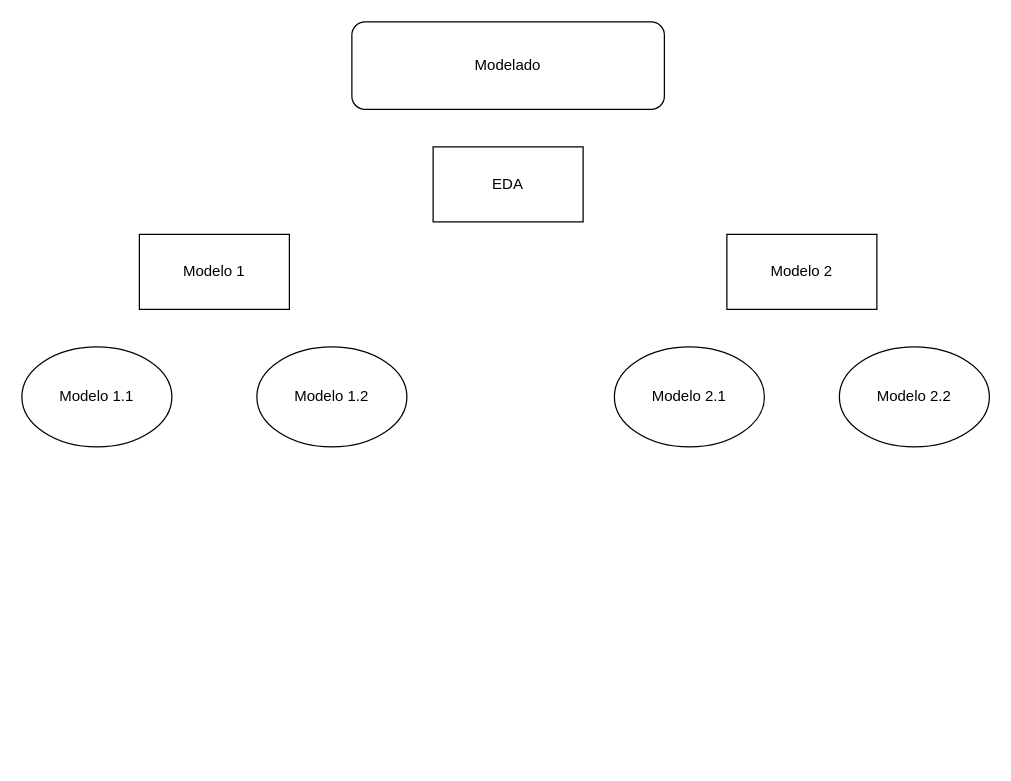
Above: brief/Diagrama sin título.drawio in alexisrangelcalvo/FP-LM-MAEA-UJED-1S (draw.io), before the change. Source tidied: cells renumbered, new cells numbered last; positions are measured from the earlier drawing's top-left corner, leaving out a move shared by most shapes. Both pictures are drawn from the tidied source at 125%, with x=0, y=0 at pixel (21, 21).
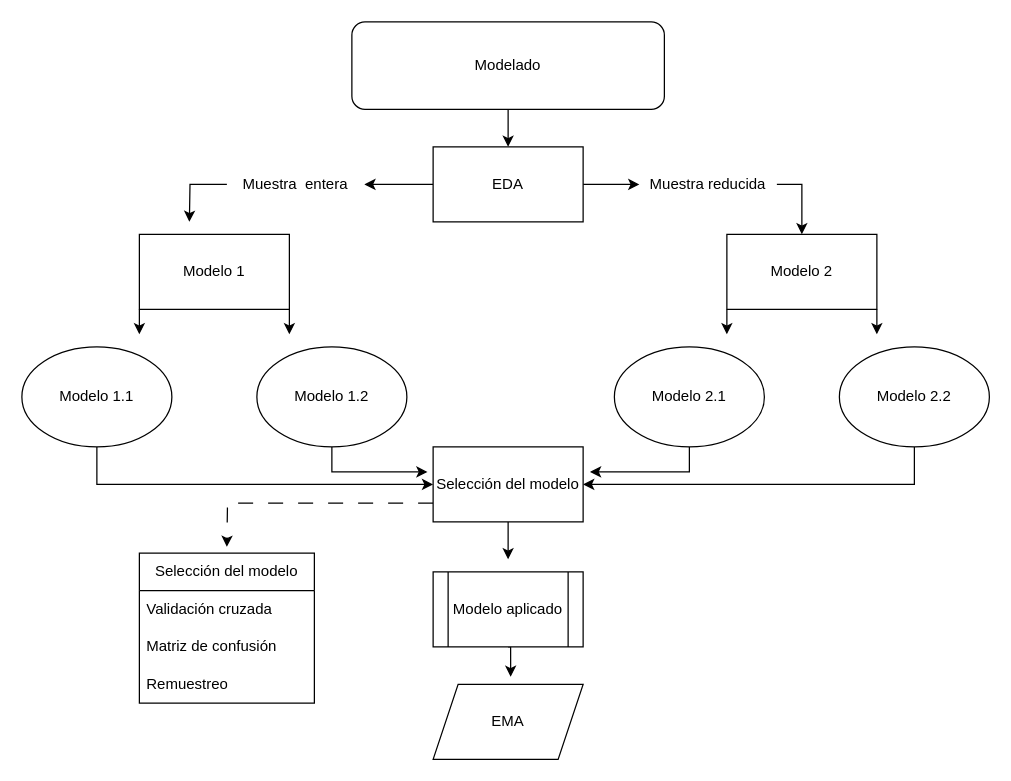
The same page after the edit.

The change refers to these unchanged cells:
```xml
<mxCell id="2" value="Modelado" style="rounded=1;whiteSpace=wrap;html=1;" parent="1" vertex="1">
  <mxGeometry x="264" width="250" height="70" as="geometry" />
</mxCell>
<mxCell id="3" value="EDA" style="rounded=0;whiteSpace=wrap;html=1;" parent="1" vertex="1">
  <mxGeometry x="329" y="100" width="120" height="60" as="geometry" />
</mxCell>
<mxCell id="4" value="Modelo 1" style="rounded=0;whiteSpace=wrap;html=1;" parent="1" vertex="1">
  <mxGeometry x="94" y="170" width="120" height="60" as="geometry" />
</mxCell>
<mxCell id="5" value="Modelo 2" style="rounded=0;whiteSpace=wrap;html=1;" parent="1" vertex="1">
  <mxGeometry x="564" y="170" width="120" height="60" as="geometry" />
</mxCell>
<mxCell id="6" value="Modelo 1.1" style="ellipse;whiteSpace=wrap;html=1;" parent="1" vertex="1">
  <mxGeometry y="260" width="120" height="80" as="geometry" />
</mxCell>
<mxCell id="7" value="Modelo 1.2" style="ellipse;whiteSpace=wrap;html=1;" parent="1" vertex="1">
  <mxGeometry x="188" y="260" width="120" height="80" as="geometry" />
</mxCell>
<mxCell id="8" value="Modelo 2.1" style="ellipse;whiteSpace=wrap;html=1;" parent="1" vertex="1">
  <mxGeometry x="474" y="260" width="120" height="80" as="geometry" />
</mxCell>
<mxCell id="9" value="Modelo 2.2" style="ellipse;whiteSpace=wrap;html=1;" parent="1" vertex="1">
  <mxGeometry x="654" y="260" width="120" height="80" as="geometry" />
</mxCell>
```

Change to the diagram source:
```diff
@@
+    <mxCell id="10" style="edgeStyle=orthogonalEdgeStyle;rounded=0;jettySize=auto;html=1;exitX=0.5;exitY=1;exitDx=0;exitDy=0;entryX=0.5;entryY=0;entryDx=0;entryDy=0;" parent="1" edge="1" source="2" target="3">
+      <mxGeometry relative="1" as="geometry" />
+    </mxCell>
@@
+    <mxCell id="11" style="edgeStyle=orthogonalEdgeStyle;rounded=0;jettySize=auto;html=1;exitX=0;exitY=0.5;exitDx=0;exitDy=0;" parent="1" edge="1" source="3">
+      <mxGeometry relative="1" as="geometry">
+        <mxPoint x="274" y="130" as="targetPoint" />
+      </mxGeometry>
+    </mxCell>
+    <mxCell id="12" style="edgeStyle=orthogonalEdgeStyle;rounded=0;jettySize=auto;html=1;exitX=1;exitY=0.5;exitDx=0;exitDy=0;" parent="1" edge="1" source="3" target="24">
+      <mxGeometry relative="1" as="geometry" />
+    </mxCell>
@@
+    <mxCell id="13" style="edgeStyle=orthogonalEdgeStyle;rounded=0;jettySize=auto;html=1;exitX=0;exitY=1;exitDx=0;exitDy=0;" parent="1" edge="1" source="4">
+      <mxGeometry relative="1" as="geometry">
+        <mxPoint x="94" y="250" as="targetPoint" />
+      </mxGeometry>
+    </mxCell>
+    <mxCell id="14" style="edgeStyle=orthogonalEdgeStyle;rounded=0;jettySize=auto;html=1;exitX=1;exitY=1;exitDx=0;exitDy=0;" parent="1" edge="1" source="4">
+      <mxGeometry relative="1" as="geometry">
+        <mxPoint x="214" y="250" as="targetPoint" />
+      </mxGeometry>
+    </mxCell>
@@
+    <mxCell id="15" style="edgeStyle=orthogonalEdgeStyle;rounded=0;jettySize=auto;html=1;exitX=0;exitY=1;exitDx=0;exitDy=0;" parent="1" edge="1" source="5">
+      <mxGeometry relative="1" as="geometry">
+        <mxPoint x="564" y="250" as="targetPoint" />
+      </mxGeometry>
+    </mxCell>
+    <mxCell id="16" style="edgeStyle=orthogonalEdgeStyle;rounded=0;jettySize=auto;html=1;exitX=1;exitY=1;exitDx=0;exitDy=0;" parent="1" edge="1" source="5">
+      <mxGeometry relative="1" as="geometry">
+        <mxPoint x="684" y="250" as="targetPoint" />
+      </mxGeometry>
+    </mxCell>
@@
+    <mxCell id="17" style="edgeStyle=orthogonalEdgeStyle;rounded=0;jettySize=auto;html=1;exitX=0.5;exitY=1;exitDx=0;exitDy=0;entryX=0;entryY=0.5;entryDx=0;entryDy=0;" parent="1" edge="1" source="6" target="27">
+      <mxGeometry relative="1" as="geometry" />
+    </mxCell>
@@
+    <mxCell id="18" style="edgeStyle=orthogonalEdgeStyle;rounded=0;jettySize=auto;html=1;exitX=0.5;exitY=1;exitDx=0;exitDy=0;" parent="1" edge="1" source="7">
+      <mxGeometry relative="1" as="geometry">
+        <mxPoint x="324" y="360" as="targetPoint" />
+      </mxGeometry>
+    </mxCell>
@@
+    <mxCell id="19" style="edgeStyle=orthogonalEdgeStyle;rounded=0;jettySize=auto;html=1;exitX=0.5;exitY=1;exitDx=0;exitDy=0;" parent="1" edge="1" source="8">
+      <mxGeometry relative="1" as="geometry">
+        <mxPoint x="454" y="360" as="targetPoint" />
+      </mxGeometry>
+    </mxCell>
@@
+    <mxCell id="20" style="edgeStyle=orthogonalEdgeStyle;rounded=0;jettySize=auto;html=1;exitX=0.5;exitY=1;exitDx=0;exitDy=0;entryX=1;entryY=0.5;entryDx=0;entryDy=0;" parent="1" edge="1" source="9" target="27">
+      <mxGeometry relative="1" as="geometry" />
+    </mxCell>
@@
+    <mxCell id="21" style="edgeStyle=orthogonalEdgeStyle;rounded=0;jettySize=auto;html=1;exitX=0;exitY=0.5;exitDx=0;exitDy=0;" parent="1" edge="1" source="22">
+      <mxGeometry relative="1" as="geometry">
+        <mxPoint x="134" y="160" as="targetPoint" />
+      </mxGeometry>
+    </mxCell>
+    <mxCell id="22" value="Muestra&amp;nbsp; entera" style="text;html=1;strokeColor=none;fillColor=none;align=center;verticalAlign=middle;whiteSpace=wrap;rounded=0;" parent="1" vertex="1">
+      <mxGeometry x="164" y="115" width="110" height="30" as="geometry" />
+    </mxCell>
+    <mxCell id="23" style="edgeStyle=orthogonalEdgeStyle;rounded=0;jettySize=auto;html=1;exitX=1;exitY=0.5;exitDx=0;exitDy=0;entryX=0.5;entryY=0;entryDx=0;entryDy=0;" parent="1" edge="1" source="24" target="5">
+      <mxGeometry relative="1" as="geometry" />
+    </mxCell>
+    <mxCell id="24" value="Muestra reducida" style="text;html=1;strokeColor=none;fillColor=none;align=center;verticalAlign=middle;whiteSpace=wrap;rounded=0;" parent="1" vertex="1">
+      <mxGeometry x="494" y="115" width="110" height="30" as="geometry" />
+    </mxCell>
+    <mxCell id="25" style="edgeStyle=orthogonalEdgeStyle;rounded=0;jettySize=auto;html=1;exitX=0;exitY=0.75;exitDx=0;exitDy=0;dashed=1;dashPattern=12 12;" parent="1" edge="1" source="27">
+      <mxGeometry relative="1" as="geometry">
+        <mxPoint x="164" y="420" as="targetPoint" />
+      </mxGeometry>
+    </mxCell>
+    <mxCell id="26" style="edgeStyle=orthogonalEdgeStyle;rounded=0;jettySize=auto;html=1;exitX=0.5;exitY=1;exitDx=0;exitDy=0;" parent="1" edge="1" source="27">
+      <mxGeometry relative="1" as="geometry">
+        <mxPoint x="389" y="430" as="targetPoint" />
+      </mxGeometry>
+    </mxCell>
+    <mxCell id="27" value="Selección del modelo" style="rounded=0;whiteSpace=wrap;html=1;" parent="1" vertex="1">
+      <mxGeometry x="329" y="340" width="120" height="60" as="geometry" />
+    </mxCell>
+    <mxCell id="28" style="edgeStyle=orthogonalEdgeStyle;rounded=0;jettySize=auto;html=1;exitX=0.5;exitY=1;exitDx=0;exitDy=0;entryX=0.517;entryY=-0.1;entryDx=0;entryDy=0;entryPerimeter=0;" parent="1" edge="1" source="29" target="30">
+      <mxGeometry relative="1" as="geometry" />
+    </mxCell>
+    <mxCell id="29" value="Modelo aplicado" style="shape=process;whiteSpace=wrap;html=1;backgroundOutline=1;" parent="1" vertex="1">
+      <mxGeometry x="329" y="440" width="120" height="60" as="geometry" />
+    </mxCell>
+    <mxCell id="30" value="EMA" style="shape=parallelogram;perimeter=parallelogramPerimeter;whiteSpace=wrap;html=1;fixedSize=1;" parent="1" vertex="1">
+      <mxGeometry x="329" y="530" width="120" height="60" as="geometry" />
+    </mxCell>
+    <mxCell id="31" value="Selección del modelo" style="swimlane;fontStyle=0;horizontal=1;startSize=30;whiteSpace=wrap;html=1;" parent="1" vertex="1">
+      <mxGeometry x="94" y="425" width="140" height="120" as="geometry" />
+    </mxCell>
+    <mxCell id="32" value="Validación cruzada" style="text;strokeColor=none;fillColor=none;align=left;verticalAlign=middle;spacingLeft=4;spacingRight=4;overflow=hidden;whiteSpace=wrap;html=1;" parent="31" vertex="1">
+      <mxGeometry y="30" width="140" height="30" as="geometry" />
+    </mxCell>
+    <mxCell id="33" value="Matriz de confusión" style="text;strokeColor=none;fillColor=none;align=left;verticalAlign=middle;spacingLeft=4;spacingRight=4;overflow=hidden;whiteSpace=wrap;html=1;" parent="31" vertex="1">
+      <mxGeometry y="60" width="140" height="30" as="geometry" />
+    </mxCell>
+    <mxCell id="34" value="Remuestreo" style="text;strokeColor=none;fillColor=none;align=left;verticalAlign=middle;spacingLeft=4;spacingRight=4;overflow=hidden;whiteSpace=wrap;html=1;" parent="31" vertex="1">
+      <mxGeometry y="90" width="140" height="30" as="geometry" />
+    </mxCell>
```
